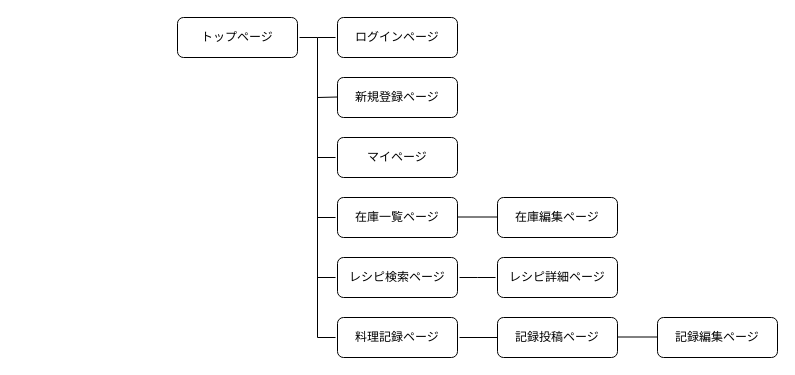
Above: monitor.dio in lemon78787878/mmm (draw.io), before the change. Source tidied: cells renumbered, new cells numbered last; positions are measured from the earlier drawing's top-left corner, leaving out a move shared by most shapes. Both pictures are drawn from the tidied source at 100%, with x=0, y=0 at pixel (177, 17).
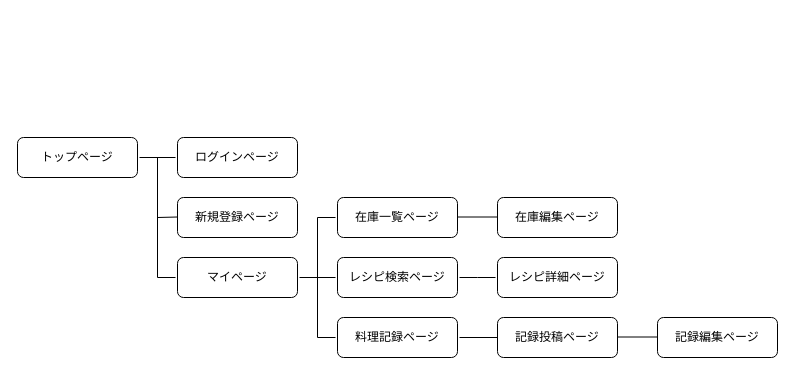
After the change.

Commit message (it also covers changes not shown here):
遷移図修正

The change refers to these unchanged cells:
```xml
<mxCell id="7" value="レシピ検索ページ" style="whiteSpace=wrap;html=1;align=center;perimeterSpacing=2;rounded=1;" parent="1" vertex="1">
  <mxGeometry x="160" y="240" width="120" height="40" as="geometry" />
</mxCell>
<mxCell id="8" value="料理記録ページ" style="whiteSpace=wrap;html=1;align=center;perimeterSpacing=2;rounded=1;" parent="1" vertex="1">
  <mxGeometry x="160" y="300" width="120" height="40" as="geometry" />
</mxCell>
```

The edit, as a diff of the source:
```diff
@@
     <mxCell id="2" value="トップページ" style="whiteSpace=wrap;html=1;align=center;perimeterSpacing=2;rounded=1;" parent="1" vertex="1">
-      <mxGeometry width="120" height="40" as="geometry" />
+      <mxGeometry x="-160" y="120" width="120" height="40" as="geometry" />
     </mxCell>
     <mxCell id="3" value="ログインページ" style="whiteSpace=wrap;html=1;align=center;perimeterSpacing=2;rounded=1;" parent="1" vertex="1">
-      <mxGeometry x="160" width="120" height="40" as="geometry" />
+      <mxGeometry y="120" width="120" height="40" as="geometry" />
     </mxCell>
     <mxCell id="4" value="新規登録ページ" style="whiteSpace=wrap;html=1;align=center;perimeterSpacing=2;rounded=1;" parent="1" vertex="1">
-      <mxGeometry x="160" y="60" width="120" height="40" as="geometry" />
+      <mxGeometry y="180" width="120" height="40" as="geometry" />
     </mxCell>
     <mxCell id="5" value="マイページ" style="whiteSpace=wrap;html=1;align=center;perimeterSpacing=2;rounded=1;" parent="1" vertex="1">
-      <mxGeometry x="160" y="120" width="120" height="40" as="geometry" />
+      <mxGeometry y="240" width="120" height="40" as="geometry" />
     </mxCell>
@@
-    <mxCell id="13" style="endArrow=none;html=1;rounded=0;exitX=1;exitY=0.5;exitDx=0;exitDy=0;entryX=0;entryY=0.5;entryDx=0;entryDy=0;" parent="1" edge="1" source="2" target="8">
-      <mxGeometry relative="1" as="geometry">
-        <Array as="points">
-          <mxPoint x="140" y="20" />
-          <mxPoint x="140" y="320" />
-        </Array>
-      </mxGeometry>
-    </mxCell>
@@
-    <mxCell id="18" style="endArrow=none;html=1;rounded=0;entryX=0;entryY=0.5;entryDx=0;entryDy=0;" parent="1" edge="1" target="3">
-      <mxGeometry relative="1" as="geometry">
-        <mxPoint x="140" y="20" as="sourcePoint" />
-      </mxGeometry>
+    <mxCell id="18" style="endArrow=none;html=1;rounded=0;entryX=0;entryY=0.5;entryDx=0;entryDy=0;exitX=1;exitY=0.5;exitDx=0;exitDy=0;" parent="1" edge="1" source="2" target="3">
+      <mxGeometry relative="1" as="geometry" />
     </mxCell>
     <mxCell id="19" style="endArrow=none;html=1;rounded=0;" parent="1" edge="1">
       <mxGeometry relative="1" as="geometry">
-        <mxPoint x="140" y="80" as="sourcePoint" />
-        <mxPoint x="160" y="79.5" as="targetPoint" />
+        <mxPoint x="-20" y="200" as="sourcePoint" />
+        <mxPoint y="199.5" as="targetPoint" />
       </mxGeometry>
     </mxCell>
     <mxCell id="20" style="endArrow=none;html=1;rounded=0;entryX=0;entryY=0.5;entryDx=0;entryDy=0;" parent="1" edge="1" target="5">
       <mxGeometry relative="1" as="geometry">
-        <mxPoint x="140" y="140" as="sourcePoint" />
+        <mxPoint x="-20" y="260" as="sourcePoint" />
       </mxGeometry>
     </mxCell>
@@
-    <mxCell id="22" style="endArrow=none;html=1;rounded=0;entryX=0;entryY=0.5;entryDx=0;entryDy=0;" parent="1" edge="1" target="7">
-      <mxGeometry relative="1" as="geometry">
-        <mxPoint x="140" y="260" as="sourcePoint" />
-      </mxGeometry>
+    <mxCell id="22" style="endArrow=none;html=1;rounded=0;entryX=0;entryY=0.5;entryDx=0;entryDy=0;exitX=1;exitY=0.5;exitDx=0;exitDy=0;" parent="1" edge="1" source="5" target="7">
+      <mxGeometry relative="1" as="geometry" />
     </mxCell>
+    <mxCell id="23" style="endArrow=none;html=1;rounded=0;exitX=0;exitY=0.5;exitDx=0;exitDy=0;" parent="1" edge="1" source="8">
+      <mxGeometry relative="1" as="geometry">
+        <mxPoint x="140" y="320" as="targetPoint" />
+      </mxGeometry>
+    </mxCell>
+    <mxCell id="24" style="endArrow=none;html=1;rounded=0;" parent="1" edge="1">
+      <mxGeometry relative="1" as="geometry">
+        <mxPoint x="-20" y="140" as="sourcePoint" />
+        <mxPoint x="-20" y="260" as="targetPoint" />
+      </mxGeometry>
+    </mxCell>
+    <mxCell id="25" style="endArrow=none;html=1;rounded=0;" parent="1" edge="1">
+      <mxGeometry relative="1" as="geometry">
+        <mxPoint x="140" y="200" as="sourcePoint" />
+        <mxPoint x="140" y="320" as="targetPoint" />
+      </mxGeometry>
+    </mxCell>
```
